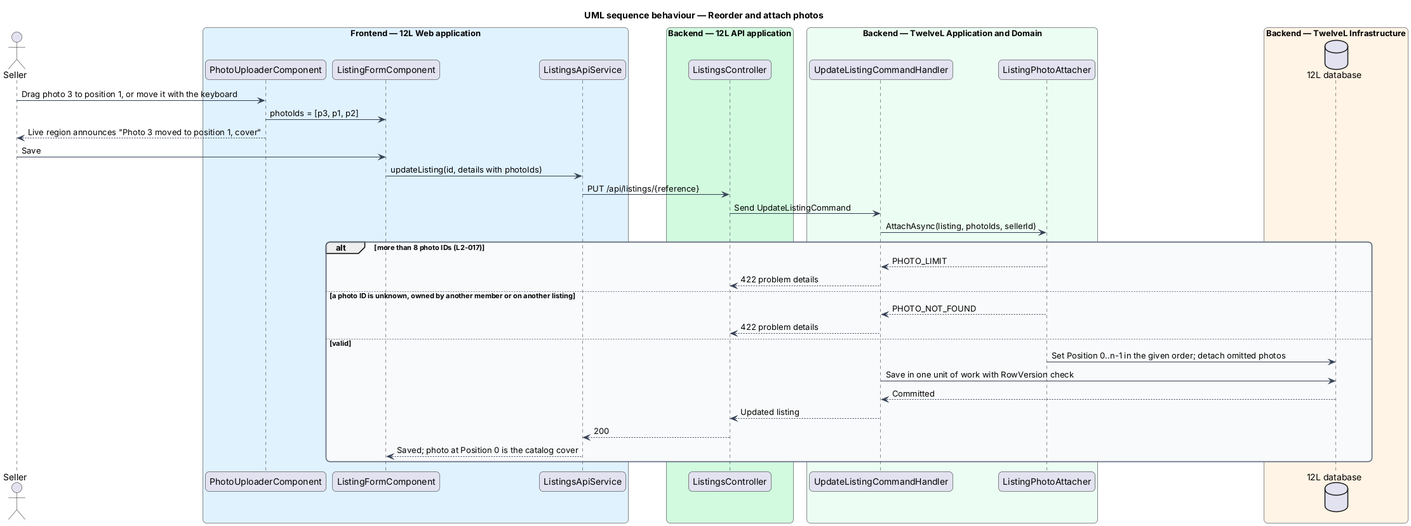
QuinntyneBrown/12l keeps this PlantUML diagram as docs/detailed-designs/listings/upload-listing-photos/diagrams/sequence-reorder-photos.png. Above is the earlier version. Source of this version:
```plantuml
@startuml
title UML sequence behaviour — Reorder and attach photos
skinparam backgroundColor #FFFFFF
skinparam shadowing false
skinparam roundcorner 12
skinparam defaultFontName Arial
skinparam ArrowColor #344054
skinparam rectangle {
  BorderColor #344054
  FontColor #101828
}
skinparam package {
  BorderColor #667085
  FontColor #101828
  BackgroundColor #F9FAFB
}
actor "Seller" as actor
box "Frontend — 12L Web application" #E0F2FE
  participant "PhotoUploaderComponent" as up
  participant "ListingFormComponent" as form
  participant "ListingsApiService" as client
end box
box "Backend — 12L API application" #D1FADF
  participant "ListingsController" as controller
end box
box "Backend — TwelveL Application and Domain" #ECFDF3
  participant "UpdateListingCommandHandler" as handler
  participant "ListingPhotoAttacher" as attacher
end box
box "Backend — TwelveL Infrastructure" #FFF4E5
  database "12L database" as db
end box
actor -> up : Drag photo 3 to position 1, or move it with the keyboard
up -> form : photoIds = [p3, p1, p2]
up --> actor : Live region announces "Photo 3 moved to position 1, cover"
actor -> form : Save
form -> client : updateListing(id, details with photoIds)
client -> controller : PUT /api/listings/{reference}
controller -> handler : Send UpdateListingCommand
handler -> attacher : AttachAsync(listing, photoIds, sellerId)
alt more than 8 photo IDs (L2-017)
  attacher --> handler : PHOTO_LIMIT
  handler --> controller : 422 problem details
else a photo ID is unknown, owned by another member or on another listing
  attacher --> handler : PHOTO_NOT_FOUND
  handler --> controller : 422 problem details
else valid
  attacher -> db : Set Position 0..n-1 in the given order; detach omitted photos
  handler -> db : Save in one unit of work with RowVersion check
  db --> handler : Committed
  handler --> controller : Updated listing
  controller --> client : 200
  client --> form : Saved; photo at Position 0 is the catalog cover
end
@enduml
```
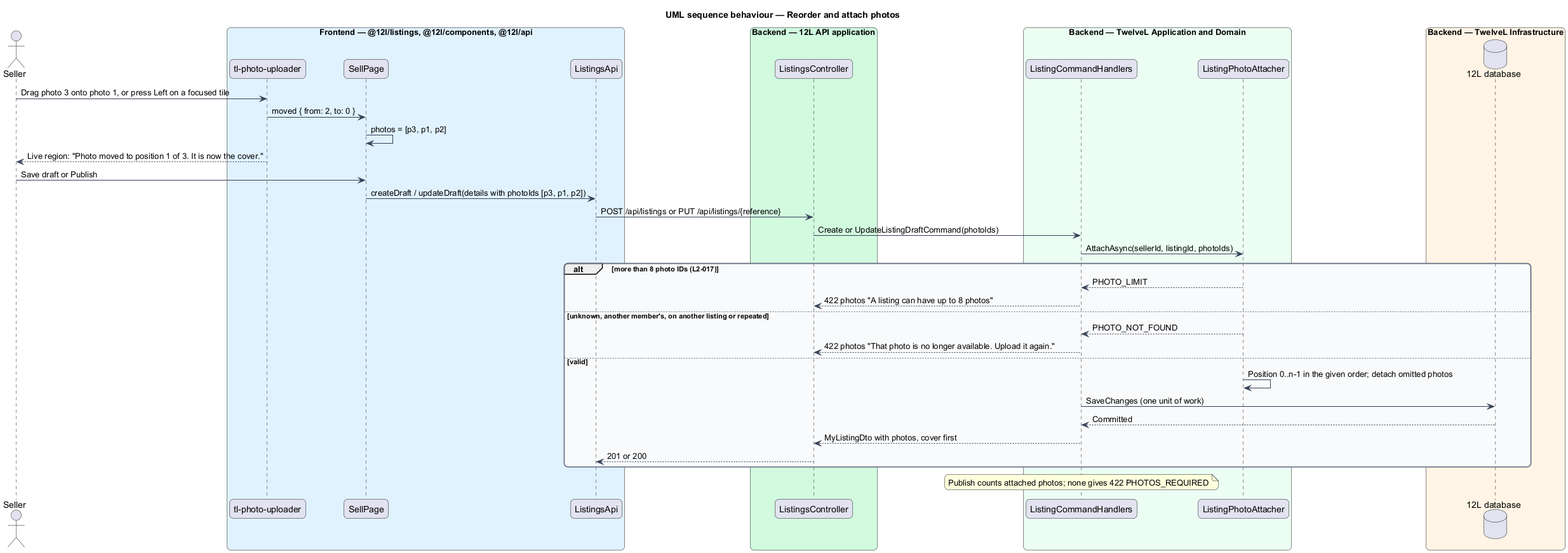
After the commit.

The edit, as a diff of the source:
```diff
@@ -15,41 +15,42 @@
   BackgroundColor #F9FAFB
 }
 actor "Seller" as actor
-box "Frontend — 12L Web application" #E0F2FE
-  participant "PhotoUploaderComponent" as up
-  participant "ListingFormComponent" as form
-  participant "ListingsApiService" as client
+box "Frontend — @12l/listings, @12l/components, @12l/api" #E0F2FE
+  participant "tl-photo-uploader" as up
+  participant "SellPage" as form
+  participant "ListingsApi" as client
 end box
 box "Backend — 12L API application" #D1FADF
   participant "ListingsController" as controller
 end box
 box "Backend — TwelveL Application and Domain" #ECFDF3
-  participant "UpdateListingCommandHandler" as handler
+  participant "ListingCommandHandlers" as handler
   participant "ListingPhotoAttacher" as attacher
 end box
 box "Backend — TwelveL Infrastructure" #FFF4E5
   database "12L database" as db
 end box
-actor -> up : Drag photo 3 to position 1, or move it with the keyboard
-up -> form : photoIds = [p3, p1, p2]
-up --> actor : Live region announces "Photo 3 moved to position 1, cover"
-actor -> form : Save
-form -> client : updateListing(id, details with photoIds)
-client -> controller : PUT /api/listings/{reference}
-controller -> handler : Send UpdateListingCommand
-handler -> attacher : AttachAsync(listing, photoIds, sellerId)
+actor -> up : Drag photo 3 onto photo 1, or press Left on a focused tile
+up -> form : moved { from: 2, to: 0 }
+form -> form : photos = [p3, p1, p2]
+up --> actor : Live region: "Photo moved to position 1 of 3. It is now the cover."
+actor -> form : Save draft or Publish
+form -> client : createDraft / updateDraft(details with photoIds [p3, p1, p2])
+client -> controller : POST /api/listings or PUT /api/listings/{reference}
+controller -> handler : Create or UpdateListingDraftCommand(photoIds)
+handler -> attacher : AttachAsync(sellerId, listingId, photoIds)
 alt more than 8 photo IDs (L2-017)
   attacher --> handler : PHOTO_LIMIT
-  handler --> controller : 422 problem details
-else a photo ID is unknown, owned by another member or on another listing
+  handler --> controller : 422 photos "A listing can have up to 8 photos"
+else unknown, another member's, on another listing or repeated
   attacher --> handler : PHOTO_NOT_FOUND
-  handler --> controller : 422 problem details
+  handler --> controller : 422 photos "That photo is no longer available. Upload it again."
 else valid
-  attacher -> db : Set Position 0..n-1 in the given order; detach omitted photos
-  handler -> db : Save in one unit of work with RowVersion check
+  attacher -> attacher : Position 0..n-1 in the given order; detach omitted photos
+  handler -> db : SaveChanges (one unit of work)
   db --> handler : Committed
-  handler --> controller : Updated listing
-  controller --> client : 200
-  client --> form : Saved; photo at Position 0 is the catalog cover
+  handler --> controller : MyListingDto with photos, cover first
+  controller --> client : 201 or 200
 end
+note over handler : Publish counts attached photos; none gives 422 PHOTOS_REQUIRED
 @enduml
```
